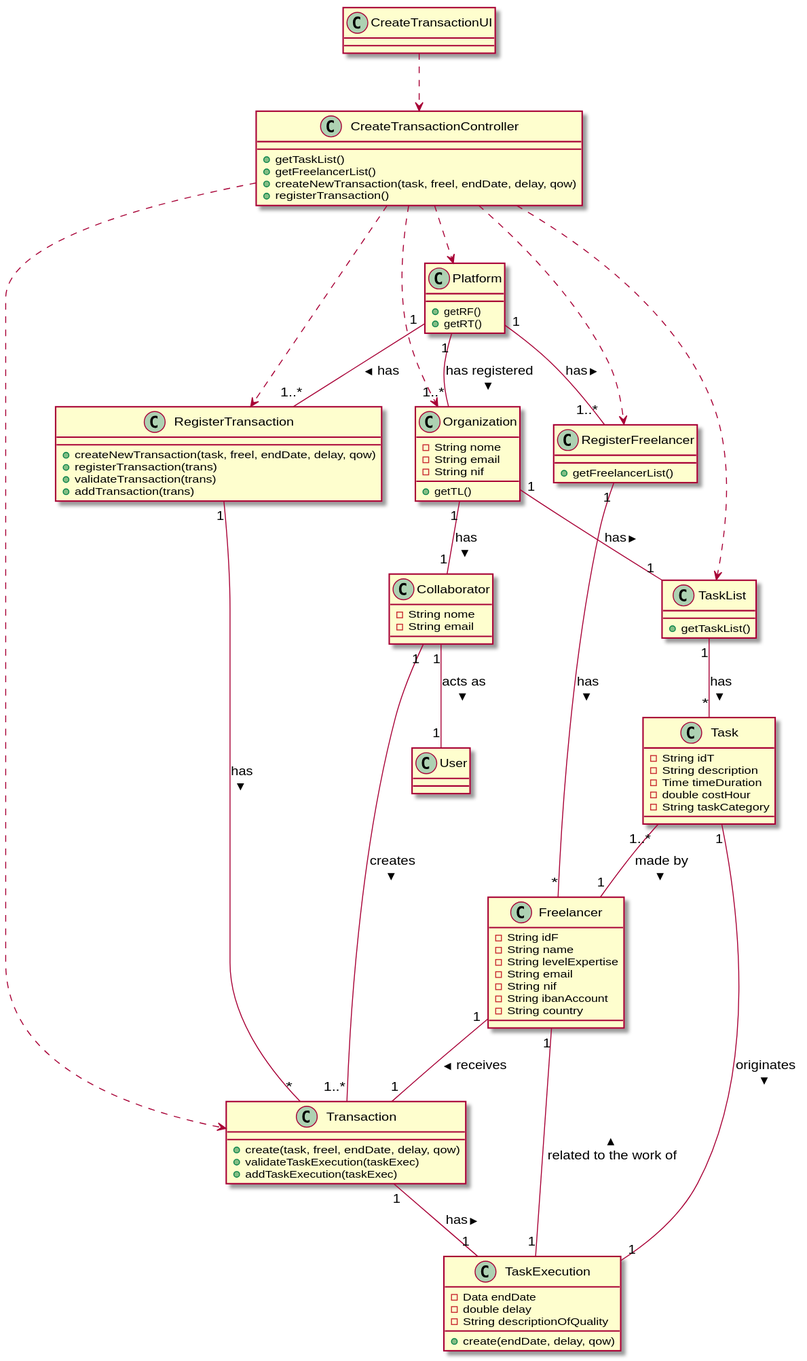
This is docs/UC4 - Create Payment Transaction/UC4_CD.svg from 1190452/LAPR2, a PlantUML export, as it was before one commit.
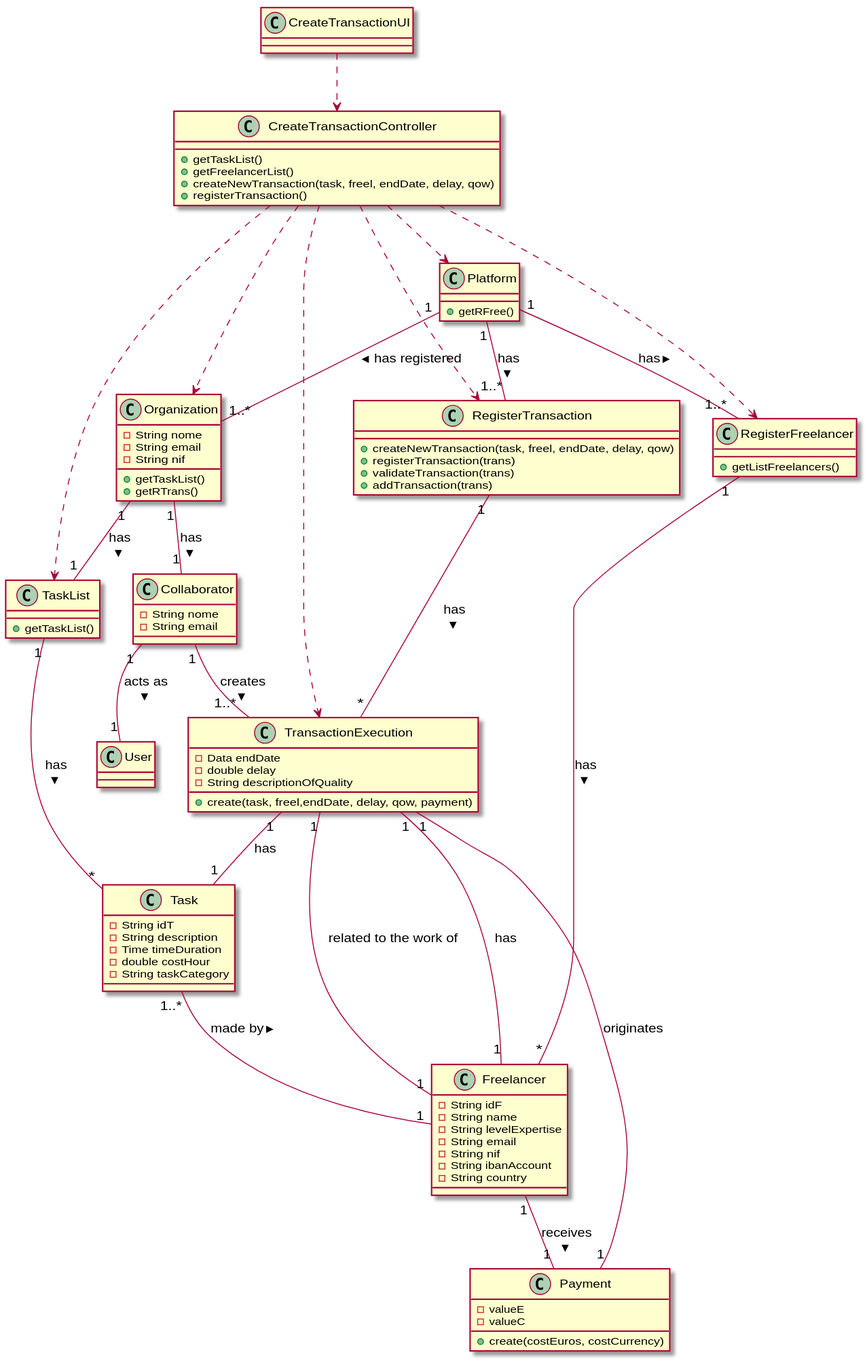
After the change.

Commit message:
[UC4] - doing some adjustments

The edit, as a diff of the source:
```diff
@@ -7,14 +7,14 @@
   +getFreelancerList()
   +createNewTransaction(task, freel, endDate, delay, qow)
   +registerTransaction()
-
   }
 
 class Organization{
   -String nome
   -String email
   -String nif
-  +getTL()
+  +getTaskList()
+  +getRTrans()
   }
 
 class TaskList{
@@ -22,12 +22,12 @@
   }
 
 class Platform{
-  +getRF()
-  +getRT()
+  +getRFree()
+
   }
 
 class RegisterFreelancer{
-  +getFreelancerList()
+  +getListFreelancers()
   }
 
 class RegisterTransaction{
@@ -37,10 +37,11 @@
   +addTransaction(trans)
   }
 
-class Transaction{
-  +create(task, freel, endDate, delay, qow)
-  +validateTaskExecution(taskExec)
-  +addTaskExecution(taskExec)
+class TransactionExecution{
+  -Data endDate
+  -double delay
+  -String descriptionOfQuality
+  +create(task, freel,endDate, delay, qow, payment)
   }
 
 class Freelancer{
@@ -66,11 +67,10 @@
   -String taskCategory
   }
 
-class TaskExecution{
-  -Data endDate
-  -double delay
-  -String descriptionOfQuality
-  +create(endDate, delay, qow)
+class Payment{
+  -valueE
+  -valueC
+  +create(costEuros, costCurrency)
   }
 
 
@@ -80,14 +80,14 @@
 CreateTransactionController ..> Platform
 CreateTransactionController ..> RegisterFreelancer
 CreateTransactionController ..> RegisterTransaction
-CreateTransactionController ..> Transaction
+CreateTransactionController ..> TransactionExecution
 
 CreateTransactionUI ..> CreateTransactionController
 
-Freelancer "1" -- "1" Transaction: receives >
+Freelancer "1" -- "1" Payment: receives >
 
 Platform "1" -- "1..*" RegisterTransaction: has >
-RegisterTransaction "1" -- "*" Transaction: has >
+RegisterTransaction "1" -- "*" TransactionExecution: has >
 Platform "1" -- "1..*" Organization: has registered >
 Platform "1" -- "1..*" RegisterFreelancer: has >
 RegisterFreelancer "1" -- "*" Freelancer: has >
@@ -97,13 +97,14 @@
 
 TaskList "1" -- "*" Task: has >
 
-Collaborator "1" -- "1..*" Transaction: creates >
+Collaborator "1" -- "1..*" TransactionExecution: creates >
 Collaborator "1" -- "1" User: acts as >
 
 Task "1..*" -- "1" Freelancer: made by >
-Task "1" -- "1" TaskExecution: originates >
 
-Transaction "1" -- "1" TaskExecution: has >
 
-TaskExecution "1" -- "1" Freelancer: related to the work of >
+TransactionExecution "1" --"1" Payment: originates
+TransactionExecution "1" -- "1" Freelancer: related to the work of
+TransactionExecution "1" --"1" Task: has
+TransactionExecution "1" --"1" Freelancer: has
 @enduml
```
